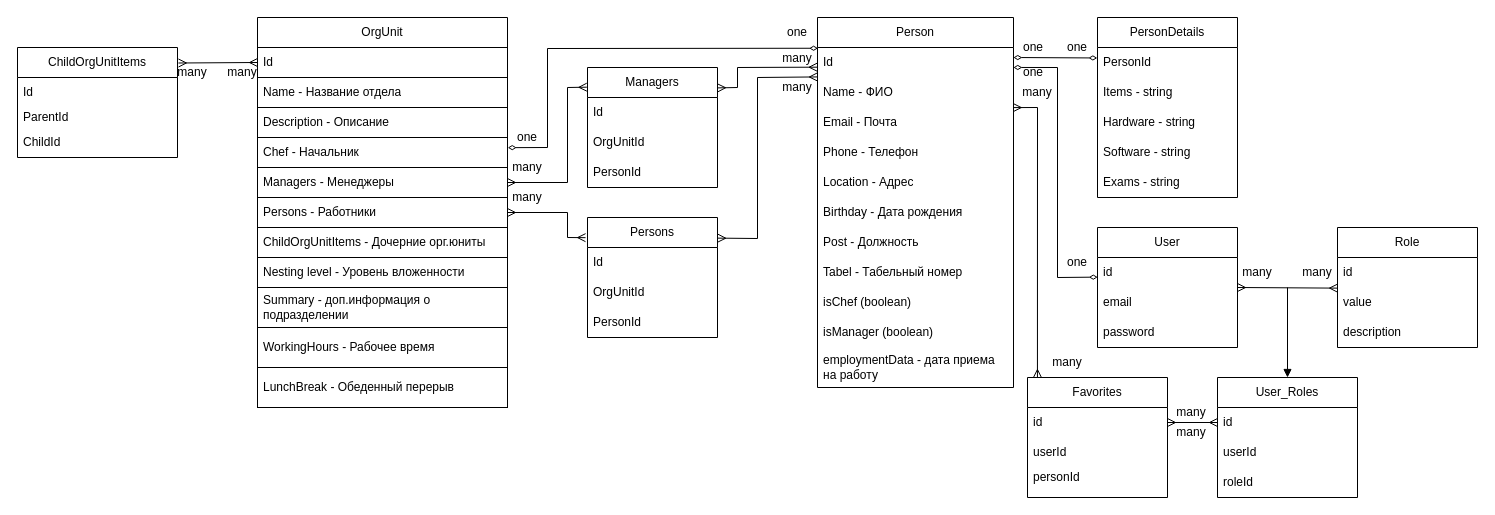
This is TableSchema.drawio from mspolermo/org-structure, a draw.io file, before an edit. Source tidied: cells renumbered, new cells numbered last; positions are measured from the earlier drawing's top-left corner, leaving out a move shared by most shapes. Both pictures are drawn from the tidied source at 100%, with x=0, y=0 at pixel (17, 17).
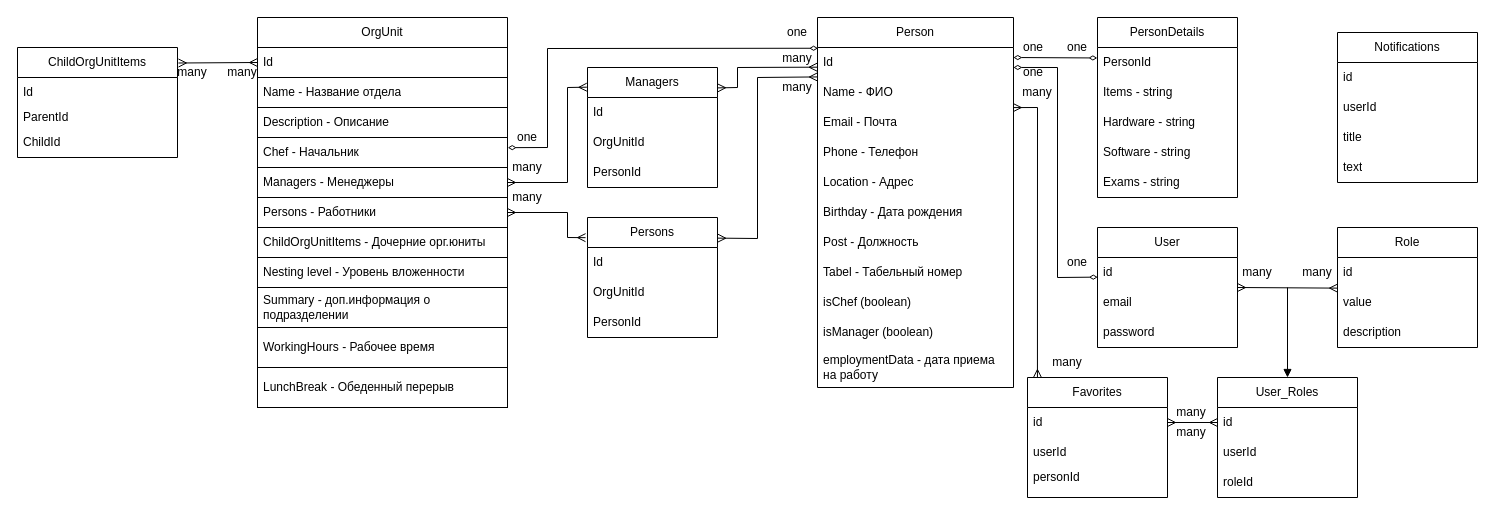
The same diagram, later.

The edit, as a diff of the source:
```diff
@@
+    <mxCell id="91" value="Notifications" style="swimlane;fontStyle=0;horizontal=1;startSize=30;whiteSpace=wrap;html=1;" parent="1" vertex="1">
+      <mxGeometry x="1320" y="15" width="140" height="150" as="geometry" />
+    </mxCell>
+    <mxCell id="92" value="id" style="text;strokeColor=none;fillColor=none;align=left;verticalAlign=middle;spacingLeft=4;spacingRight=4;overflow=hidden;whiteSpace=wrap;html=1;" parent="91" vertex="1">
+      <mxGeometry y="30" width="140" height="30" as="geometry" />
+    </mxCell>
+    <mxCell id="93" value="userId" style="text;strokeColor=none;fillColor=none;align=left;verticalAlign=middle;spacingLeft=4;spacingRight=4;overflow=hidden;whiteSpace=wrap;html=1;" parent="91" vertex="1">
+      <mxGeometry y="60" width="140" height="30" as="geometry" />
+    </mxCell>
+    <mxCell id="94" value="&lt;div&gt;title&lt;/div&gt;" style="text;strokeColor=none;fillColor=none;align=left;verticalAlign=middle;spacingLeft=4;spacingRight=4;overflow=hidden;whiteSpace=wrap;html=1;" parent="91" vertex="1">
+      <mxGeometry y="90" width="140" height="30" as="geometry" />
+    </mxCell>
+    <mxCell id="95" value="&lt;div&gt;text&lt;/div&gt;" style="text;strokeColor=none;fillColor=none;align=left;verticalAlign=middle;spacingLeft=4;spacingRight=4;overflow=hidden;whiteSpace=wrap;html=1;" parent="91" vertex="1">
+      <mxGeometry y="120" width="140" height="30" as="geometry" />
+    </mxCell>
```
